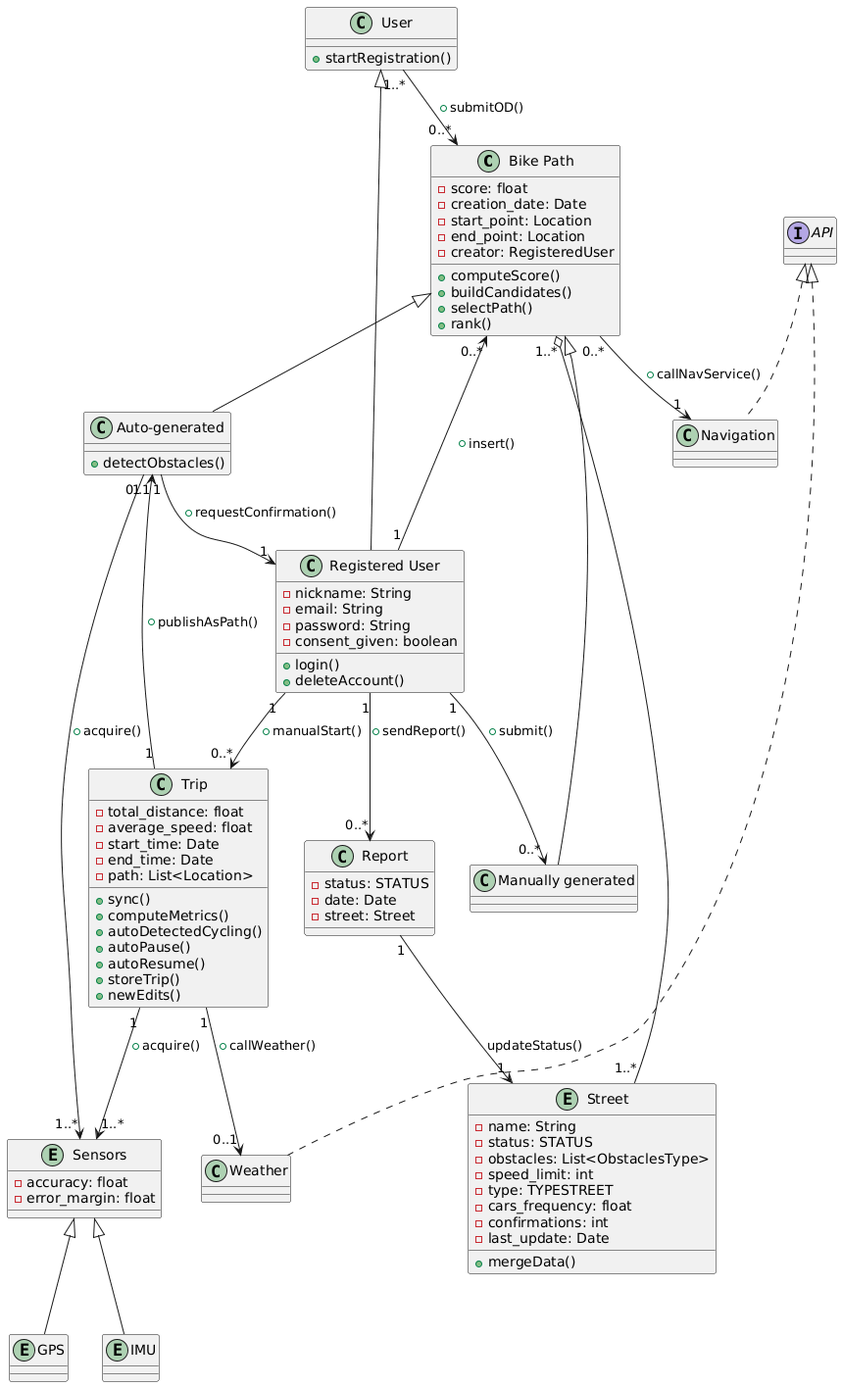
Before: RASD/Images/class_diagram.png, a diagram exported from PlantUML (gixium/BPP-System-Design-Specification).
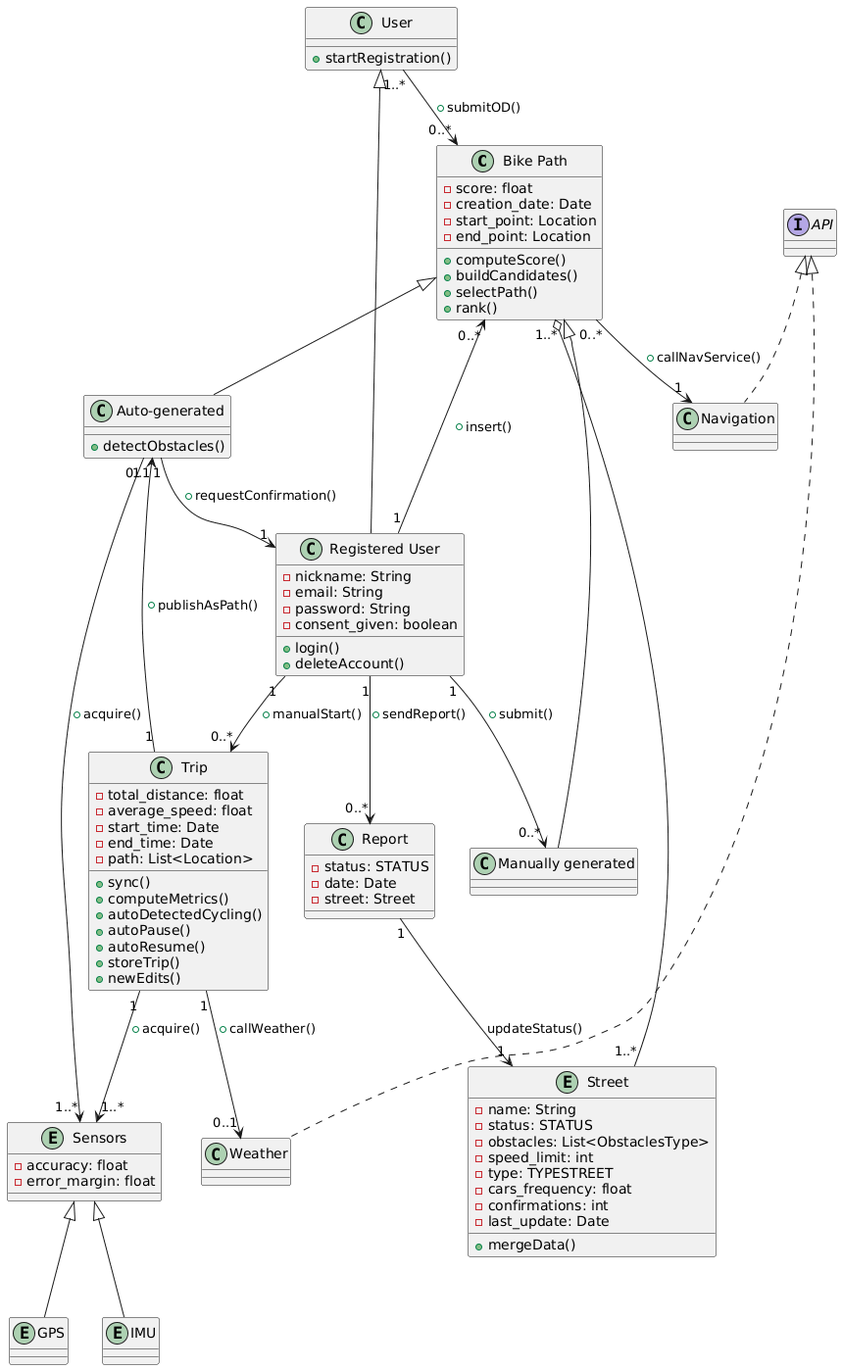
Later version of the same file.

Commit message:
Update class diagram

Change to the diagram source:
```diff
@@ -4,7 +4,6 @@
   - creation_date: Date
   - start_point: Location
   - end_point: Location
-  - creator: RegisteredUser
   + computeScore()
   + buildCandidates()
   + selectPath()
```
